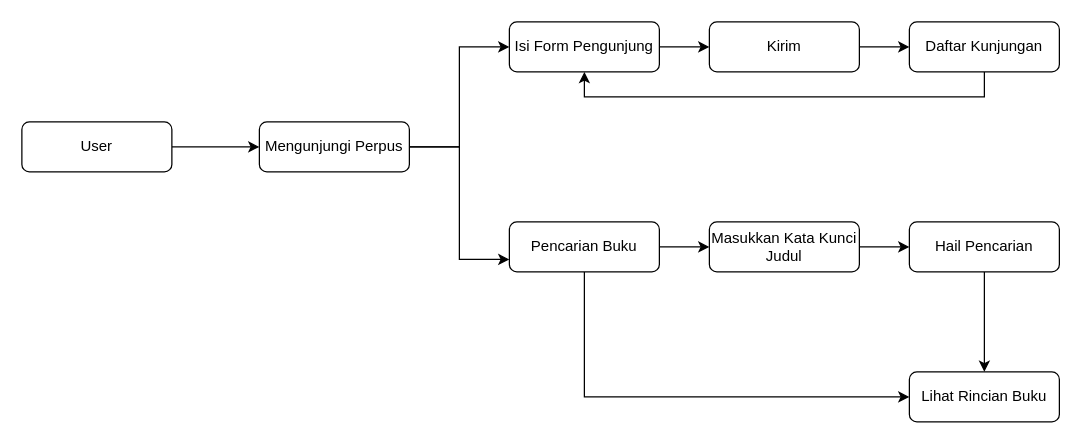
This is Alur-Perpus-Digital.drawio from selialia/tefa-perpus-digital, a draw.io file, before an edit. Source tidied: cells renumbered, new cells numbered last; positions are measured from the earlier drawing's top-left corner, leaving out a move shared by most shapes. Both pictures are drawn from the tidied source at 125%, with x=0, y=0 at pixel (21, 21).
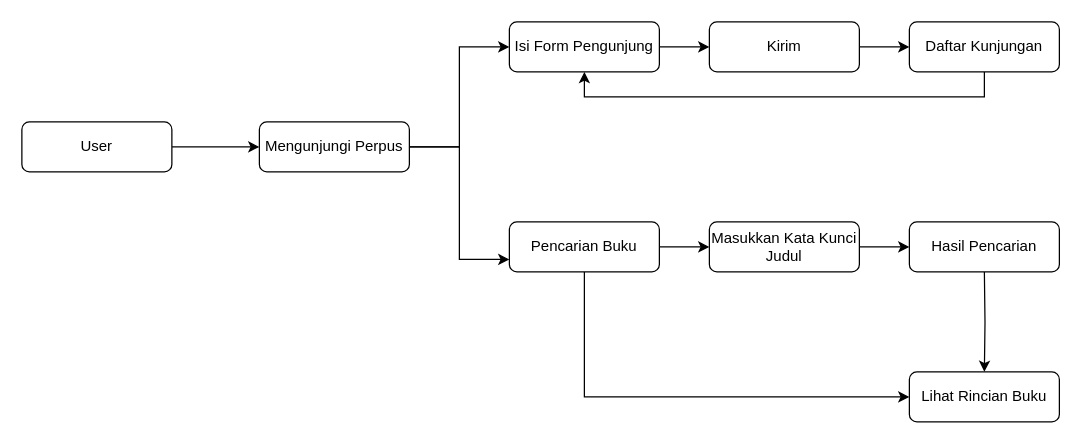
After the change.

The change refers to these unchanged cells:
```xml
<mxCell id="14" value="Lihat Rincian Buku" style="rounded=1;whiteSpace=wrap;html=1;" parent="1" vertex="1">
  <mxGeometry x="710" y="280" width="120" height="40" as="geometry" />
</mxCell>
<mxCell id="16" value="Masukkan Kata Kunci Judul" style="rounded=1;whiteSpace=wrap;html=1;" parent="1" vertex="1">
  <mxGeometry x="550" y="160" width="120" height="40" as="geometry" />
</mxCell>
```

What changed in the source:
```diff
@@
-    <mxCell id="12" style="edgeStyle=orthogonalEdgeStyle;rounded=0;jettySize=auto;html=1;exitX=0.5;exitY=1;exitDx=0;exitDy=0;entryX=0.5;entryY=0;entryDx=0;entryDy=0;" parent="1" edge="1" source="13" target="14">
-      <mxGeometry relative="1" as="geometry" />
+    <mxCell id="12" style="edgeStyle=orthogonalEdgeStyle;rounded=0;jettySize=auto;html=1;exitX=0.5;exitY=1;exitDx=0;exitDy=0;entryX=0.5;entryY=0;entryDx=0;entryDy=0;" parent="1" edge="1" target="14">
+      <mxGeometry relative="1" as="geometry">
+        <mxPoint x="770" y="200" as="sourcePoint" />
+      </mxGeometry>
     </mxCell>
-    <mxCell id="13" value="Hail Pencarian" style="rounded=1;whiteSpace=wrap;html=1;" parent="1" vertex="1">
-      <mxGeometry x="710" y="160" width="120" height="40" as="geometry" />
-    </mxCell>
@@
-    <mxCell id="15" style="edgeStyle=orthogonalEdgeStyle;rounded=0;jettySize=auto;html=1;exitX=1;exitY=0.5;exitDx=0;exitDy=0;entryX=0;entryY=0.5;entryDx=0;entryDy=0;" parent="1" edge="1" source="16" target="13">
-      <mxGeometry relative="1" as="geometry" />
+    <mxCell id="15" style="edgeStyle=orthogonalEdgeStyle;rounded=0;jettySize=auto;html=1;exitX=1;exitY=0.5;exitDx=0;exitDy=0;entryX=0;entryY=0.5;entryDx=0;entryDy=0;" parent="1" edge="1" source="16">
+      <mxGeometry relative="1" as="geometry">
+        <mxPoint x="710" y="180" as="targetPoint" />
+      </mxGeometry>
     </mxCell>
@@
+    <mxCell id="21" value="Hasil Pencarian" style="rounded=1;whiteSpace=wrap;html=1;" parent="1" vertex="1">
+      <mxGeometry x="710" y="160" width="120" height="40" as="geometry" />
+    </mxCell>
```
